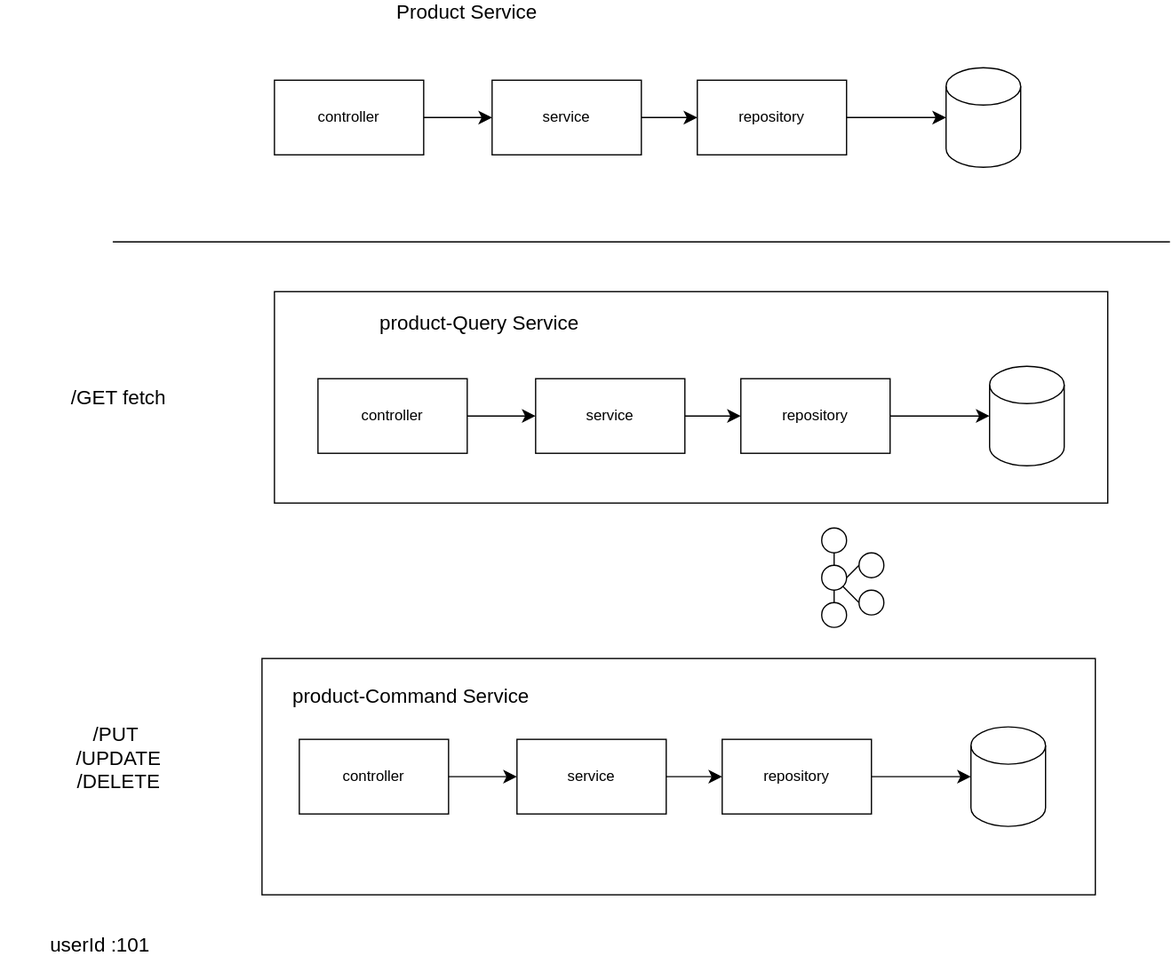
This is CQRS.drawio.svg from Umamahesh96/SystemDesign, a draw.io export, as it was before one commit. Source tidied: cells renumbered, new cells last; positions are measured from the earlier drawing's top-left corner, leaving out a move shared by most shapes.
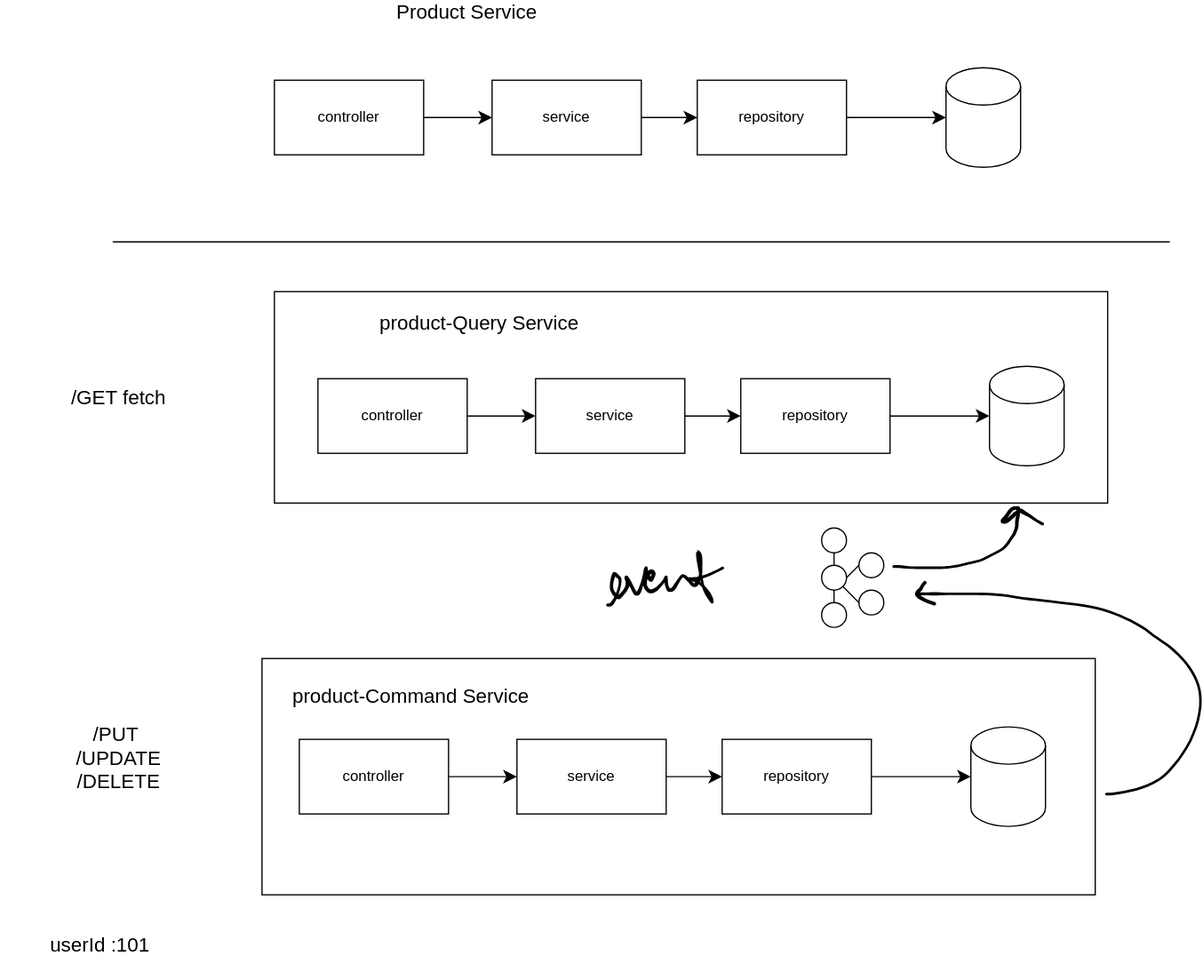
Above is the later version.

Change to the diagram source:
```diff
@@ -136,5 +136,20 @@
     <mxCell id="43" style="shape=cylinder3;whiteSpace=wrap;html=1;boundedLbl=1;backgroundOutline=1;size=15;" parent="34" vertex="1">
       <mxGeometry x="575" y="60" width="60" height="80" as="geometry" />
     </mxCell>
+    <mxCell id="44" style="shape=(stored shape, 2384 characters);lineShape=1;strokeColor=default;" parent="1" vertex="1">
+      <mxGeometry x="735.6" y="472.2" width="229.5" height="162.4" as="geometry" />
+    </mxCell>
+    <mxCell id="45" style="shape=(stored shape, 992 characters);lineShape=1;strokeColor=default;" parent="1" vertex="1">
+      <mxGeometry x="735.8" y="463.1" width="15.8" height="18.8" as="geometry" />
+    </mxCell>
+    <mxCell id="46" style="shape=(stored shape, 1720 characters);lineShape=1;strokeColor=default;" parent="1" vertex="1">
+      <mxGeometry x="717.4" y="403.1" width="101.6" height="49.4" as="geometry" />
+    </mxCell>
+    <mxCell id="47" style="shape=(stored shape, 1316 characters);lineShape=1;strokeColor=default;" parent="1" vertex="1">
+      <mxGeometry x="804.4" y="403.1" width="33.8" height="14.4" as="geometry" />
+    </mxCell>
+    <mxCell id="48" style="shape=(stored shape, 4808 characters);lineShape=1;strokeColor=default;" parent="1" vertex="1">
+      <mxGeometry x="487.3" y="438.6" width="93.8" height="44.1" as="geometry" />
+    </mxCell>
   </root>
 </mxGraphModel>
```
